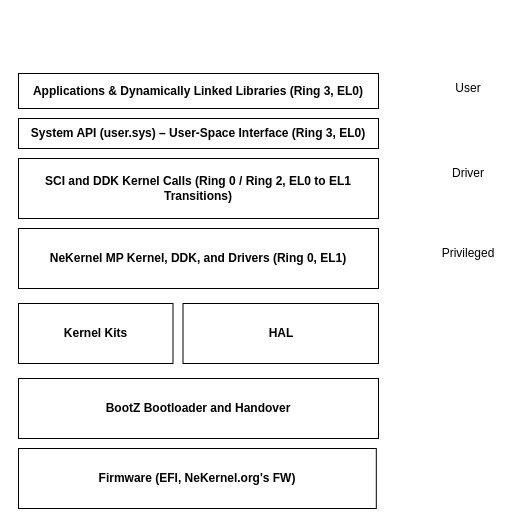
nekernel-org/nekernel keeps this draw.io diagram as docs/drawio/OS_DESIGN.drawio. Above is the earlier version. Source tidied: cells renumbered, new cells numbered last; positions are measured from the earlier drawing's top-left corner, leaving out a move shared by most shapes. Both pictures are drawn from the tidied source at 100%, with x=0, y=0 at pixel (18, 73).
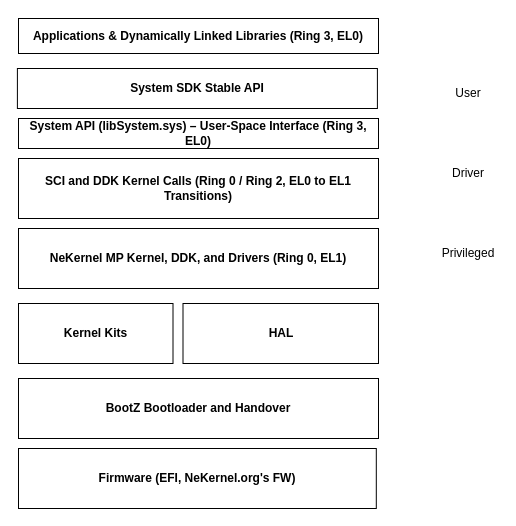
The same page after the edit.

Change to the diagram source:
```diff
@@
 <mxGraphModel>
   <root>
     <mxCell id="0" />
     <mxCell id="1" parent="0" />
-    <mxCell id="2" value="&lt;p class=&quot;p1&quot;&gt;&lt;b&gt;System API (user.sys&lt;/b&gt;&lt;b style=&quot;background-color: transparent;&quot;&gt;) – User-Space Interface (Ring 3, EL0)&lt;/b&gt;&lt;/p&gt;" style="rounded=0;whiteSpace=wrap;html=1;" parent="1" vertex="1">
+    <mxCell id="2" value="&lt;p class=&quot;p1&quot;&gt;&lt;b&gt;System API (libSystem.sys&lt;/b&gt;&lt;b style=&quot;background-color: transparent;&quot;&gt;) – User-Space Interface (Ring 3, EL0)&lt;/b&gt;&lt;/p&gt;" style="rounded=0;whiteSpace=wrap;html=1;" parent="1" vertex="1">
       <mxGeometry y="45" width="360" height="30" as="geometry" />
     </mxCell>
     <mxCell id="3" value="&lt;p class=&quot;p1&quot;&gt;&lt;b&gt;Applications &amp;amp; Dynamically Linked Libraries (Ring 3, EL0)&lt;/b&gt;&lt;/p&gt;" style="rounded=0;whiteSpace=wrap;html=1;" parent="1" vertex="1">
-      <mxGeometry width="360" height="35" as="geometry" />
+      <mxGeometry y="-55" width="360" height="35" as="geometry" />
     </mxCell>
     <mxCell id="4" value="&lt;p class=&quot;p1&quot;&gt;&lt;b&gt;NeKernel MP Kernel, DDK, and Drivers (Ring 0, EL1)&lt;/b&gt;&lt;/p&gt;" style="rounded=0;whiteSpace=wrap;html=1;" parent="1" vertex="1">
       <mxGeometry y="155" width="360" height="60" as="geometry" />
     </mxCell>
     <mxCell id="5" value="&lt;p class=&quot;p1&quot;&gt;&lt;b&gt;SCI and DDK Kernel Calls (Ring 0 / Ring 2, EL0 to EL1 Transitions)&lt;/b&gt;&lt;/p&gt;" style="rounded=0;whiteSpace=wrap;html=1;" parent="1" vertex="1">
       <mxGeometry y="85" width="360" height="60" as="geometry" />
     </mxCell>
     <mxCell id="6" value="&lt;p class=&quot;p1&quot;&gt;&lt;b&gt;HAL&lt;/b&gt;&lt;/p&gt;" style="rounded=0;whiteSpace=wrap;html=1;" parent="1" vertex="1">
       <mxGeometry x="164.5" y="230" width="195.5" height="60" as="geometry" />
     </mxCell>
     <mxCell id="7" value="&lt;p class=&quot;p1&quot;&gt;&lt;b&gt;Kernel Kits&lt;/b&gt;&lt;/p&gt;" style="rounded=0;whiteSpace=wrap;html=1;" parent="1" vertex="1">
       <mxGeometry y="230" width="154.5" height="60" as="geometry" />
     </mxCell>
     <mxCell id="8" value="&lt;p class=&quot;p1&quot;&gt;&lt;b&gt;BootZ Bootloader and Handover&lt;/b&gt;&lt;/p&gt;" style="rounded=0;whiteSpace=wrap;html=1;" parent="1" vertex="1">
       <mxGeometry y="305" width="360" height="60" as="geometry" />
     </mxCell>
     <mxCell id="9" value="&lt;p class=&quot;p1&quot;&gt;&lt;b&gt;Firmware (EFI, NeKernel.org's FW)&lt;/b&gt;&lt;/p&gt;" style="rounded=0;whiteSpace=wrap;html=1;" parent="1" vertex="1">
       <mxGeometry y="375" width="357.8" height="60" as="geometry" />
     </mxCell>
     <mxCell id="10" value="Privileged" style="text;html=1;align=center;verticalAlign=middle;whiteSpace=wrap;rounded=0;" parent="1" vertex="1">
       <mxGeometry x="420" y="165" width="60" height="30" as="geometry" />
     </mxCell>
     <mxCell id="11" value="User" style="text;html=1;align=center;verticalAlign=middle;whiteSpace=wrap;rounded=0;" parent="1" vertex="1">
-      <mxGeometry x="420" width="60" height="30" as="geometry" />
+      <mxGeometry x="420" y="5" width="60" height="30" as="geometry" />
     </mxCell>
     <mxCell id="12" value="Driver" style="text;html=1;align=center;verticalAlign=middle;whiteSpace=wrap;rounded=0;" parent="1" vertex="1">
       <mxGeometry x="420" y="85" width="60" height="30" as="geometry" />
     </mxCell>
+    <mxCell id="13" value="&lt;p class=&quot;p1&quot;&gt;&lt;b&gt;System SDK Stable API&lt;/b&gt;&lt;/p&gt;" style="rounded=0;whiteSpace=wrap;html=1;" parent="1" vertex="1">
+      <mxGeometry x="-1.1" y="-5" width="360" height="40" as="geometry" />
+    </mxCell>
   </root>
 </mxGraphModel>
```
